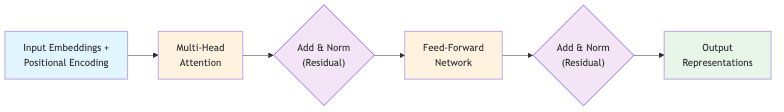
The Mermaid diagram book/figures/generated/llm_foundations_overview_fig04.png in tanishk147/LLM-Playlist-to-book, before a commit. Its source is kept beside it as book/figures/generated/llm_foundations_overview_fig04.mmd.
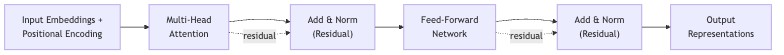
After the change.

Change to the diagram source:
```diff
@@ -1,13 +1,9 @@
 graph LR
     A["Input Embeddings +<br/>Positional Encoding"] --> B["Multi-Head<br/>Attention"]
-    B --> C{"Add & Norm<br/>(Residual)"}
+    B --> C["Add & Norm<br/>(Residual)"]
     C --> D["Feed-Forward<br/>Network"]
-    D --> E{"Add & Norm<br/>(Residual)"}
+    D --> E["Add & Norm<br/>(Residual)"]
     E --> F["Output<br/>Representations"]
 
-    style A fill:#e1f5ff
-    style B fill:#fff3e0
-    style C fill:#f3e5f5
-    style D fill:#fff3e0
-    style E fill:#f3e5f5
-    style F fill:#e8f5e9
+    B -.->|residual| C
+    D -.->|residual| E
```
